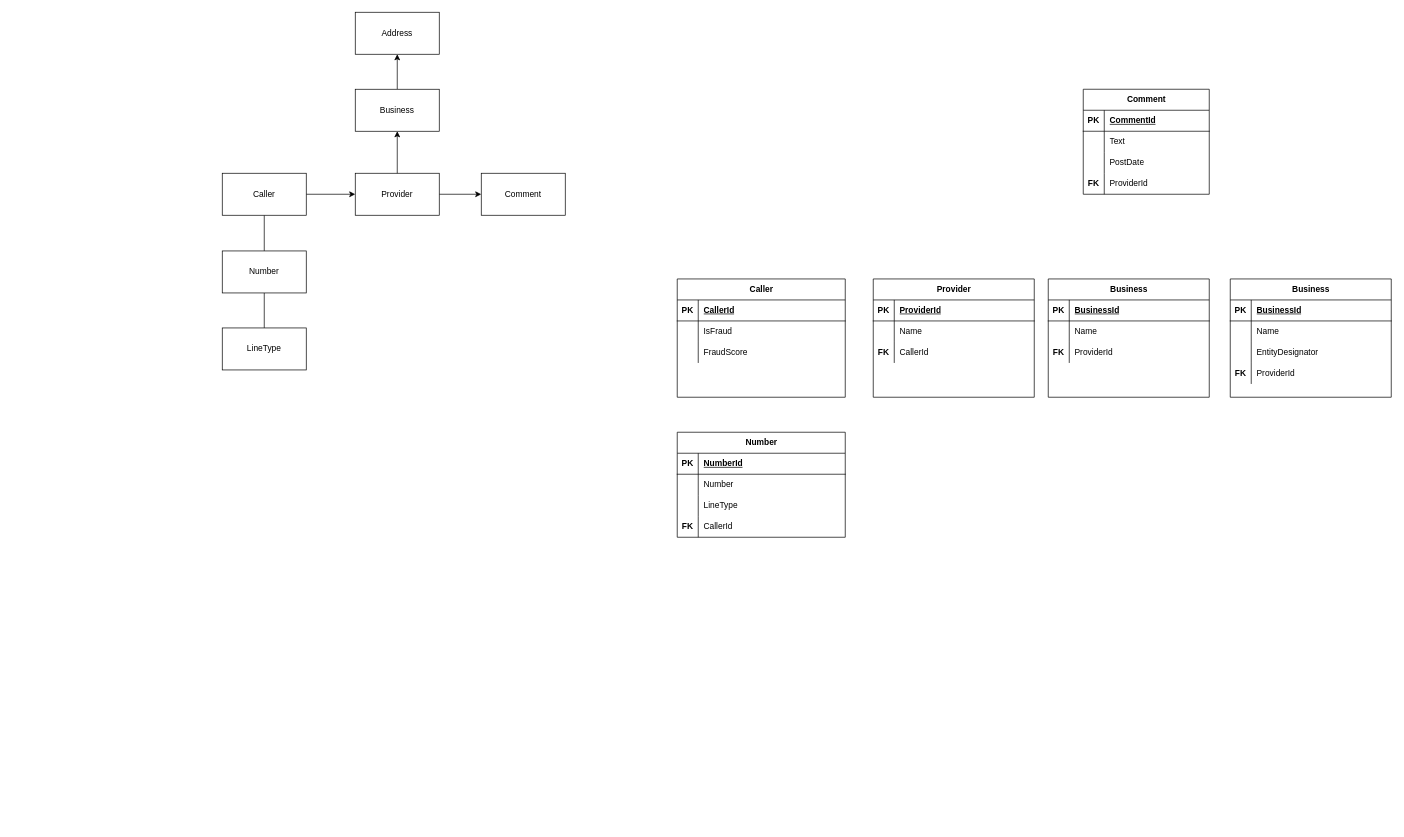
Before: PhoneNumberCheck.drawio in Blanco0420/PhoneCallFraudDetector, a draw.io diagram. Source tidied: cells renumbered, new cells numbered last; positions are measured from the earlier drawing's top-left corner, leaving out a move shared by most shapes. Both pictures are drawn from the tidied source at 70%, with x=0, y=0 at pixel (222, 12).
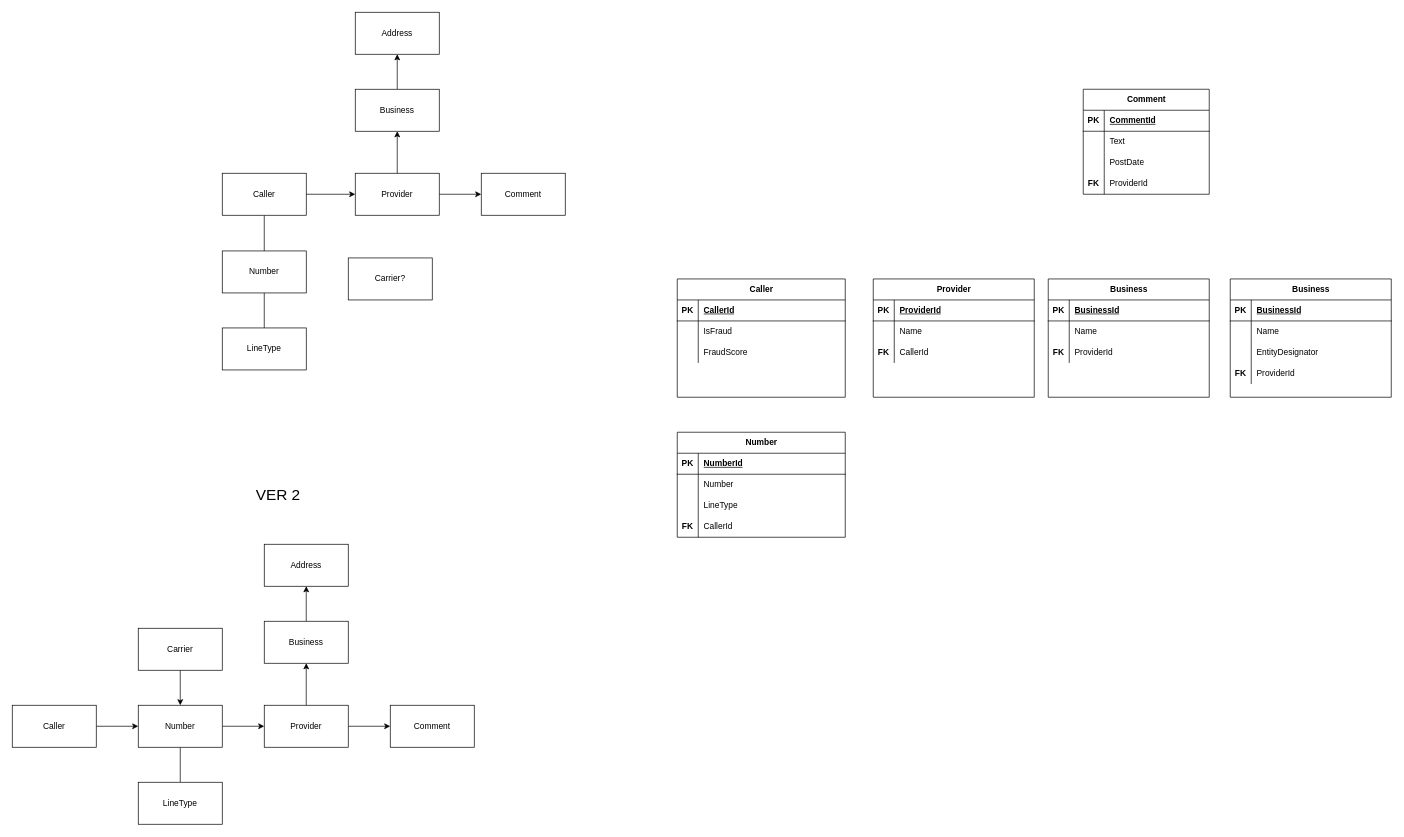
The same diagram, later.

Change to the diagram source:
```diff
@@
+    <mxCell id="84" value="Carrier?" style="rounded=0;whiteSpace=wrap;html=1;" parent="1" vertex="1">
+      <mxGeometry x="180" y="351" width="120" height="60" as="geometry" />
+    </mxCell>
+    <mxCell id="85" value="&lt;div&gt;Comment&lt;/div&gt;" style="rounded=0;whiteSpace=wrap;html=1;" parent="1" vertex="1">
+      <mxGeometry x="240" y="990" width="120" height="60" as="geometry" />
+    </mxCell>
+    <mxCell id="86" style="edgeStyle=orthogonalEdgeStyle;rounded=0;jettySize=auto;html=1;entryX=0;entryY=0.5;entryDx=0;entryDy=0;" parent="1" edge="1" source="87" target="85">
+      <mxGeometry relative="1" as="geometry" />
+    </mxCell>
+    <mxCell id="87" value="Provider" style="rounded=0;whiteSpace=wrap;html=1;" parent="1" vertex="1">
+      <mxGeometry x="60" y="990" width="120" height="60" as="geometry" />
+    </mxCell>
+    <mxCell id="88" style="edgeStyle=orthogonalEdgeStyle;rounded=0;jettySize=auto;html=1;entryX=0;entryY=0.5;entryDx=0;entryDy=0;exitX=1;exitY=0.5;exitDx=0;exitDy=0;" parent="1" edge="1" source="98" target="87">
+      <mxGeometry relative="1" as="geometry" />
+    </mxCell>
+    <mxCell id="89" style="edgeStyle=orthogonalEdgeStyle;rounded=0;jettySize=auto;html=1;entryX=0.5;entryY=1;entryDx=0;entryDy=0;endArrow=classic;endFill=1;exitX=0.5;exitY=0;exitDx=0;exitDy=0;" parent="1" edge="1" source="87" target="94">
+      <mxGeometry relative="1" as="geometry" />
+    </mxCell>
+    <mxCell id="90" style="edgeStyle=orthogonalEdgeStyle;rounded=0;jettySize=auto;html=1;entryX=0.5;entryY=0;entryDx=0;entryDy=0;endArrow=none;endFill=0;exitX=0.5;exitY=1;exitDx=0;exitDy=0;" parent="1" edge="1" source="98" target="96">
+      <mxGeometry relative="1" as="geometry" />
+    </mxCell>
+    <mxCell id="91" style="edgeStyle=orthogonalEdgeStyle;rounded=0;jettySize=auto;html=1;entryX=0;entryY=0.5;entryDx=0;entryDy=0;endArrow=classic;endFill=1;" parent="1" edge="1" source="92" target="98">
+      <mxGeometry relative="1" as="geometry" />
+    </mxCell>
+    <mxCell id="92" value="Caller" style="rounded=0;whiteSpace=wrap;html=1;" parent="1" vertex="1">
+      <mxGeometry x="-300" y="990" width="120" height="60" as="geometry" />
+    </mxCell>
+    <mxCell id="93" style="edgeStyle=orthogonalEdgeStyle;rounded=0;jettySize=auto;html=1;exitX=0.5;exitY=0;exitDx=0;exitDy=0;entryX=0.5;entryY=1;entryDx=0;entryDy=0;" parent="1" edge="1" source="94" target="95">
+      <mxGeometry relative="1" as="geometry" />
+    </mxCell>
+    <mxCell id="94" value="Business" style="rounded=0;whiteSpace=wrap;html=1;" parent="1" vertex="1">
+      <mxGeometry x="60" y="870" width="120" height="60" as="geometry" />
+    </mxCell>
+    <mxCell id="95" value="Address" style="rounded=0;whiteSpace=wrap;html=1;" parent="1" vertex="1">
+      <mxGeometry x="60" y="760" width="120" height="60" as="geometry" />
+    </mxCell>
+    <mxCell id="96" value="LineType" style="rounded=0;whiteSpace=wrap;html=1;" parent="1" vertex="1">
+      <mxGeometry x="-120" y="1100" width="120" height="60" as="geometry" />
+    </mxCell>
+    <mxCell id="97" style="edgeStyle=orthogonalEdgeStyle;rounded=0;jettySize=auto;html=1;entryX=0.5;entryY=1;entryDx=0;entryDy=0;endArrow=none;endFill=0;startArrow=classic;startFill=1;" parent="1" edge="1" source="98" target="99">
+      <mxGeometry relative="1" as="geometry" />
+    </mxCell>
+    <mxCell id="98" value="Number" style="rounded=0;whiteSpace=wrap;html=1;" parent="1" vertex="1">
+      <mxGeometry x="-120" y="990" width="120" height="60" as="geometry" />
+    </mxCell>
+    <mxCell id="99" value="&lt;div&gt;Carrier&lt;/div&gt;" style="rounded=0;whiteSpace=wrap;html=1;" parent="1" vertex="1">
+      <mxGeometry x="-120" y="880" width="120" height="60" as="geometry" />
+    </mxCell>
+    <mxCell id="100" value="&lt;div&gt;&lt;font style=&quot;font-size: 22px;&quot;&gt;VER 2&lt;/font&gt;&lt;/div&gt;" style="text;html=1;align=center;verticalAlign=middle;whiteSpace=wrap;rounded=0;" parent="1" vertex="1">
+      <mxGeometry y="660" width="160" height="60" as="geometry" />
+    </mxCell>
```
